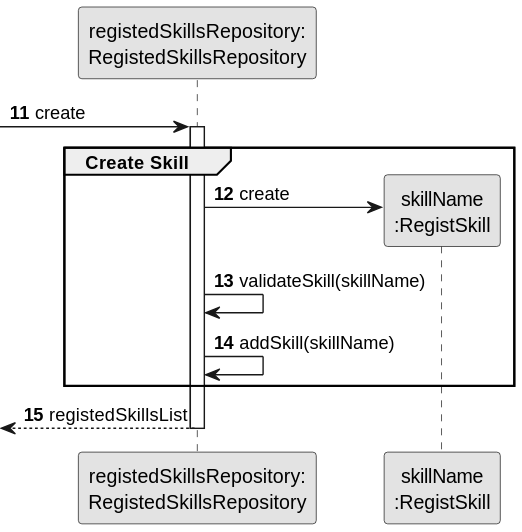
Above: docs/sprint2/us001/03.design/svg/us001-sequence-diagram-partial-create-skill.svg in 1231360-ISEP/lei-24-s2-1db-g021 (PlantUML), before the change.
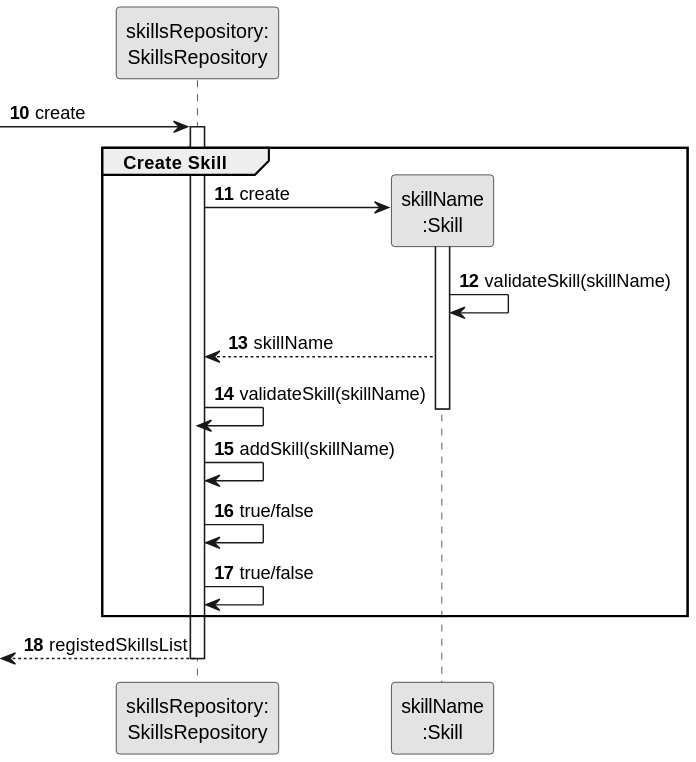
After the commit.

Change to the diagram source:
```diff
@@ -3,22 +3,30 @@
 skinparam packageStyle rectangle
 skinparam shadowing false
 
-participant "registedSkillsRepository:\nRegistedSkillsRepository" as RegistedSkillsRepository
-participant "skillName\n:RegistSkill" as TAREFA
+participant "skillsRepository:\nSkillsRepository" as SkillsRepository
+participant "skillName\n:Skill" as TAREFA
 
-autonumber 11
--> RegistedSkillsRepository: create
+autonumber 10
+-> SkillsRepository: create
 
-activate RegistedSkillsRepository
+activate SkillsRepository
     group Create Skill
 
-        RegistedSkillsRepository -> TAREFA**: create
-        RegistedSkillsRepository -> RegistedSkillsRepository: validateSkill(skillName)
-        RegistedSkillsRepository -> RegistedSkillsRepository: addSkill(skillName)
+        SkillsRepository -> TAREFA**: create
+                activate TAREFA
+
+                TAREFA -> TAREFA: validateSkill(skillName)
+
+                TAREFA --> SkillsRepository : skillName
+                SkillsRepository -> SkillsRepository: validateSkill(skillName)
+                deactivate TAREFA
+                SkillsRepository -> SkillsRepository: addSkill(skillName)
+                SkillsRepository -> SkillsRepository: true/false
+                SkillsRepository -> SkillsRepository: true/false
 
     end
 
-    <-- RegistedSkillsRepository : registedSkillsList
+    <-- SkillsRepository : registedSkillsList
 
-deactivate RegistedSkillsRepository
+deactivate SkillsRepository
 @enduml
```
